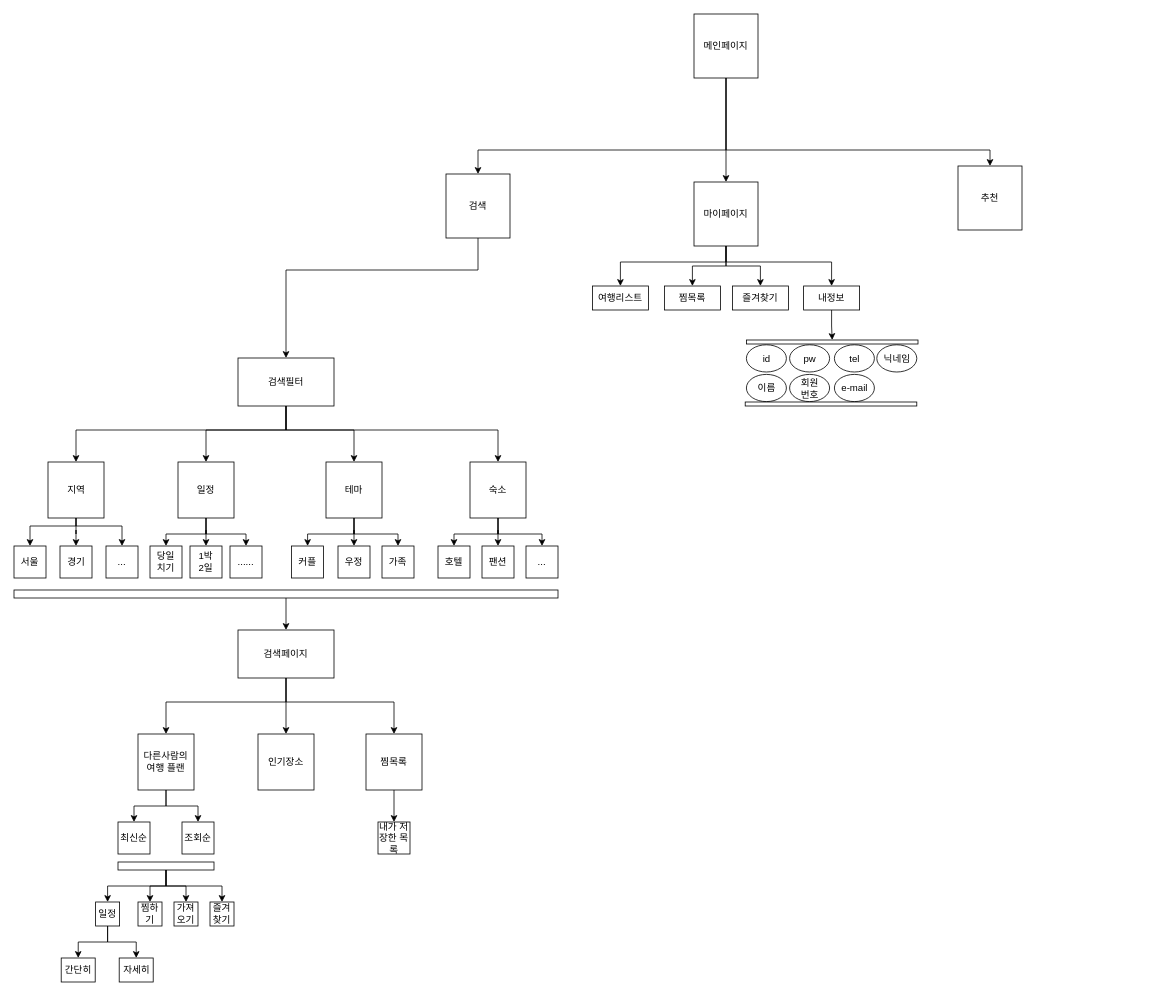
Earlier version of the draw.io diagram study.drawio (shienka07/DB_study). Source tidied: cells renumbered, new cells numbered last; positions are measured from the earlier drawing's top-left corner, leaving out a move shared by most shapes. Both pictures are drawn from the tidied source at 80%, with x=0, y=0 at pixel (14, 14).
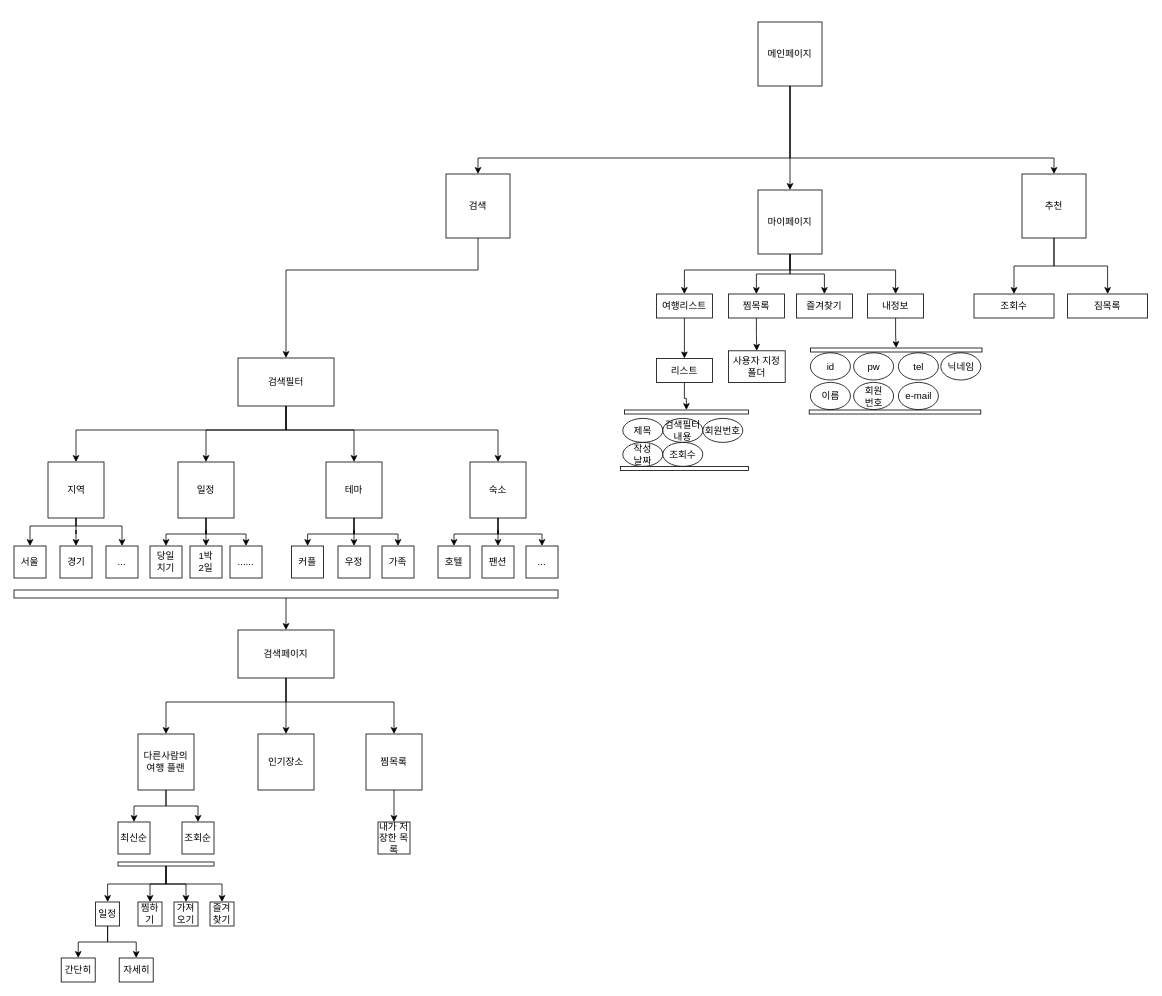
After the change.

The change refers to these unchanged cells:
```xml
<mxCell id="3" value="검색" style="whiteSpace=wrap;html=1;" parent="1" vertex="1">
  <mxGeometry x="540" y="200" width="80" height="80" as="geometry" />
</mxCell>
```

Change to the diagram source:
```diff
@@
     <mxCell id="49" style="edgeStyle=orthogonalEdgeStyle;rounded=0;jettySize=auto;html=1;entryX=0.5;entryY=0;entryDx=0;entryDy=0;" parent="1" edge="1" source="52" target="3">
       <mxGeometry relative="1" as="geometry">
         <Array as="points">
-          <mxPoint x="890" y="170" />
-          <mxPoint x="580" y="170" />
+          <mxPoint x="970" y="180" />
+          <mxPoint x="580" y="180" />
         </Array>
       </mxGeometry>
     </mxCell>
     <mxCell id="50" style="edgeStyle=orthogonalEdgeStyle;rounded=0;jettySize=auto;html=1;" parent="1" edge="1" source="52" target="53">
       <mxGeometry relative="1" as="geometry">
         <Array as="points">
-          <mxPoint x="890" y="170" />
-          <mxPoint x="1220" y="170" />
+          <mxPoint x="970" y="180" />
+          <mxPoint x="1300" y="180" />
         </Array>
       </mxGeometry>
     </mxCell>
@@
     <mxCell id="52" value="메인페이지" style="whiteSpace=wrap;html=1;" parent="1" vertex="1">
-      <mxGeometry x="850" width="80" height="80" as="geometry" />
+      <mxGeometry x="930" y="10" width="80" height="80" as="geometry" />
     </mxCell>
+    <mxCell id="89" style="edgeStyle=orthogonalEdgeStyle;rounded=0;jettySize=auto;html=1;entryX=0.5;entryY=0;entryDx=0;entryDy=0;" parent="1" edge="1" source="53" target="93">
+      <mxGeometry relative="1" as="geometry" />
+    </mxCell>
+    <mxCell id="90" style="edgeStyle=orthogonalEdgeStyle;rounded=0;jettySize=auto;html=1;" parent="1" edge="1" source="53" target="94">
+      <mxGeometry relative="1" as="geometry" />
+    </mxCell>
     <mxCell id="53" value="추천" style="whiteSpace=wrap;html=1;" parent="1" vertex="1">
-      <mxGeometry x="1180" y="190" width="80" height="80" as="geometry" />
+      <mxGeometry x="1260" y="200" width="80" height="80" as="geometry" />
     </mxCell>
@@
     <mxCell id="61" style="rounded=0;whiteSpace=wrap;html=1;verticalAlign=middle;" parent="1" vertex="1">
-      <mxGeometry x="130" y="1060" width="120" height="10" as="geometry" />
+      <mxGeometry x="130" y="1060" width="120" height="5" as="geometry" />
     </mxCell>
@@
     <mxCell id="70" style="edgeStyle=orthogonalEdgeStyle;rounded=0;jettySize=auto;html=1;" parent="1" edge="1" source="74" target="75">
       <mxGeometry relative="1" as="geometry">
         <Array as="points">
-          <mxPoint x="890" y="310" />
-          <mxPoint x="758" y="310" />
+          <mxPoint x="970" y="320" />
+          <mxPoint x="838" y="320" />
         </Array>
       </mxGeometry>
     </mxCell>
@@
     <mxCell id="73" style="edgeStyle=orthogonalEdgeStyle;rounded=0;jettySize=auto;html=1;" parent="1" edge="1" source="74" target="79">
       <mxGeometry relative="1" as="geometry">
         <Array as="points">
-          <mxPoint x="890" y="310" />
-          <mxPoint x="1022" y="310" />
+          <mxPoint x="970" y="320" />
+          <mxPoint x="1102" y="320" />
         </Array>
       </mxGeometry>
     </mxCell>
     <mxCell id="74" value="마이페이지" style="whiteSpace=wrap;html=1;" parent="1" vertex="1">
-      <mxGeometry x="850" y="210" width="80" height="80" as="geometry" />
+      <mxGeometry x="930" y="220" width="80" height="80" as="geometry" />
     </mxCell>
+    <mxCell id="91" style="edgeStyle=orthogonalEdgeStyle;rounded=0;jettySize=auto;html=1;entryX=0.5;entryY=0;entryDx=0;entryDy=0;" parent="1" edge="1" source="75" target="97">
+      <mxGeometry relative="1" as="geometry" />
+    </mxCell>
     <mxCell id="75" value="여행리스트" style="rounded=0;whiteSpace=wrap;html=1;verticalAlign=middle;" parent="1" vertex="1">
-      <mxGeometry x="723" y="340" width="70" height="30" as="geometry" />
+      <mxGeometry x="803" y="350" width="70" height="30" as="geometry" />
     </mxCell>
+    <mxCell id="92" style="edgeStyle=orthogonalEdgeStyle;rounded=0;jettySize=auto;html=1;" parent="1" edge="1" source="76" target="95">
+      <mxGeometry relative="1" as="geometry" />
+    </mxCell>
     <mxCell id="76" value="찜목록" style="rounded=0;whiteSpace=wrap;html=1;verticalAlign=middle;" parent="1" vertex="1">
-      <mxGeometry x="813" y="340" width="70" height="30" as="geometry" />
+      <mxGeometry x="893" y="350" width="70" height="30" as="geometry" />
     </mxCell>
     <mxCell id="77" value="즐겨찾기" style="rounded=0;whiteSpace=wrap;html=1;verticalAlign=middle;" parent="1" vertex="1">
-      <mxGeometry x="898" y="340" width="70" height="30" as="geometry" />
+      <mxGeometry x="978" y="350" width="70" height="30" as="geometry" />
     </mxCell>
@@
     <mxCell id="79" value="내정보" style="rounded=0;whiteSpace=wrap;html=1;verticalAlign=middle;" parent="1" vertex="1">
-      <mxGeometry x="987" y="340" width="70" height="30" as="geometry" />
+      <mxGeometry x="1067" y="350" width="70" height="30" as="geometry" />
     </mxCell>
     <mxCell id="80" value="id" style="ellipse;whiteSpace=wrap;html=1;verticalAlign=middle;" parent="1" vertex="1">
-      <mxGeometry x="915.5" y="413.5" width="50" height="34" as="geometry" />
+      <mxGeometry x="995.5" y="423.5" width="50" height="34" as="geometry" />
     </mxCell>
     <mxCell id="81" value="pw" style="ellipse;whiteSpace=wrap;html=1;verticalAlign=middle;" parent="1" vertex="1">
-      <mxGeometry x="969.5" y="413.5" width="50" height="34" as="geometry" />
+      <mxGeometry x="1049.5" y="423.5" width="50" height="34" as="geometry" />
     </mxCell>
     <mxCell id="82" value="tel" style="ellipse;whiteSpace=wrap;html=1;verticalAlign=middle;" parent="1" vertex="1">
-      <mxGeometry x="1025.5" y="413.5" width="50" height="34" as="geometry" />
+      <mxGeometry x="1105.5" y="423.5" width="50" height="34" as="geometry" />
     </mxCell>
     <mxCell id="83" value="닉네임" style="ellipse;whiteSpace=wrap;html=1;verticalAlign=middle;" parent="1" vertex="1">
-      <mxGeometry x="1078.5" y="413.5" width="50" height="34" as="geometry" />
+      <mxGeometry x="1158.5" y="423.5" width="50" height="34" as="geometry" />
     </mxCell>
     <mxCell id="84" value="이름" style="ellipse;whiteSpace=wrap;html=1;verticalAlign=middle;" parent="1" vertex="1">
-      <mxGeometry x="915.5" y="450.5" width="50" height="34" as="geometry" />
+      <mxGeometry x="995.5" y="460.5" width="50" height="34" as="geometry" />
     </mxCell>
     <mxCell id="85" value="회원&lt;br&gt;번호" style="ellipse;whiteSpace=wrap;html=1;verticalAlign=middle;" parent="1" vertex="1">
-      <mxGeometry x="969.5" y="450.5" width="50" height="34" as="geometry" />
+      <mxGeometry x="1049.5" y="460.5" width="50" height="34" as="geometry" />
     </mxCell>
     <mxCell id="86" value="e-mail" style="ellipse;whiteSpace=wrap;html=1;verticalAlign=middle;" parent="1" vertex="1">
-      <mxGeometry x="1025.5" y="450.5" width="50" height="34" as="geometry" />
+      <mxGeometry x="1105.5" y="460.5" width="50" height="34" as="geometry" />
     </mxCell>
     <mxCell id="87" style="rounded=0;whiteSpace=wrap;html=1;verticalAlign=middle;" parent="1" vertex="1">
-      <mxGeometry x="915.5" y="407.5" width="214.5" height="5" as="geometry" />
+      <mxGeometry x="995.5" y="417.5" width="214.5" height="5" as="geometry" />
     </mxCell>
     <mxCell id="88" style="rounded=0;whiteSpace=wrap;html=1;verticalAlign=middle;" parent="1" vertex="1">
-      <mxGeometry x="914" y="485" width="214.5" height="5" as="geometry" />
+      <mxGeometry x="994" y="495" width="214.5" height="5" as="geometry" />
     </mxCell>
+    <mxCell id="93" value="조회수" style="rounded=0;whiteSpace=wrap;html=1;" parent="1" vertex="1">
+      <mxGeometry x="1200" y="350" width="100" height="30" as="geometry" />
+    </mxCell>
+    <mxCell id="94" value="짐목록" style="rounded=0;whiteSpace=wrap;html=1;" parent="1" vertex="1">
+      <mxGeometry x="1317" y="350" width="100" height="30" as="geometry" />
+    </mxCell>
+    <mxCell id="95" value="사용자 지정폴더" style="rounded=0;whiteSpace=wrap;html=1;" parent="1" vertex="1">
+      <mxGeometry x="893" y="421" width="71" height="39.5" as="geometry" />
+    </mxCell>
+    <mxCell id="96" style="edgeStyle=orthogonalEdgeStyle;rounded=0;jettySize=auto;html=1;entryX=0.5;entryY=0;entryDx=0;entryDy=0;" parent="1" edge="1" source="97" target="103">
+      <mxGeometry relative="1" as="geometry" />
+    </mxCell>
+    <mxCell id="97" value="리스트" style="rounded=0;whiteSpace=wrap;html=1;" parent="1" vertex="1">
+      <mxGeometry x="803" y="430.5" width="70" height="30" as="geometry" />
+    </mxCell>
+    <mxCell id="98" value="제목" style="ellipse;whiteSpace=wrap;html=1;" parent="1" vertex="1">
+      <mxGeometry x="761" y="505.5" width="50" height="30" as="geometry" />
+    </mxCell>
+    <mxCell id="99" value="검색필터내용" style="ellipse;whiteSpace=wrap;html=1;" parent="1" vertex="1">
+      <mxGeometry x="811" y="505.5" width="50" height="30" as="geometry" />
+    </mxCell>
+    <mxCell id="100" value="작성&lt;br&gt;날짜" style="ellipse;whiteSpace=wrap;html=1;" parent="1" vertex="1">
+      <mxGeometry x="761" y="535.5" width="50" height="30" as="geometry" />
+    </mxCell>
+    <mxCell id="101" value="조회수" style="ellipse;whiteSpace=wrap;html=1;" parent="1" vertex="1">
+      <mxGeometry x="811" y="535.5" width="50" height="30" as="geometry" />
+    </mxCell>
+    <mxCell id="102" value="회원번호" style="ellipse;whiteSpace=wrap;html=1;" parent="1" vertex="1">
+      <mxGeometry x="861" y="505.5" width="50" height="30" as="geometry" />
+    </mxCell>
+    <mxCell id="103" style="rounded=0;whiteSpace=wrap;html=1;" parent="1" vertex="1">
+      <mxGeometry x="763" y="495" width="155" height="5" as="geometry" />
+    </mxCell>
+    <mxCell id="104" style="rounded=0;whiteSpace=wrap;html=1;" parent="1" vertex="1">
+      <mxGeometry x="758" y="565.5" width="160" height="5" as="geometry" />
+    </mxCell>
```
